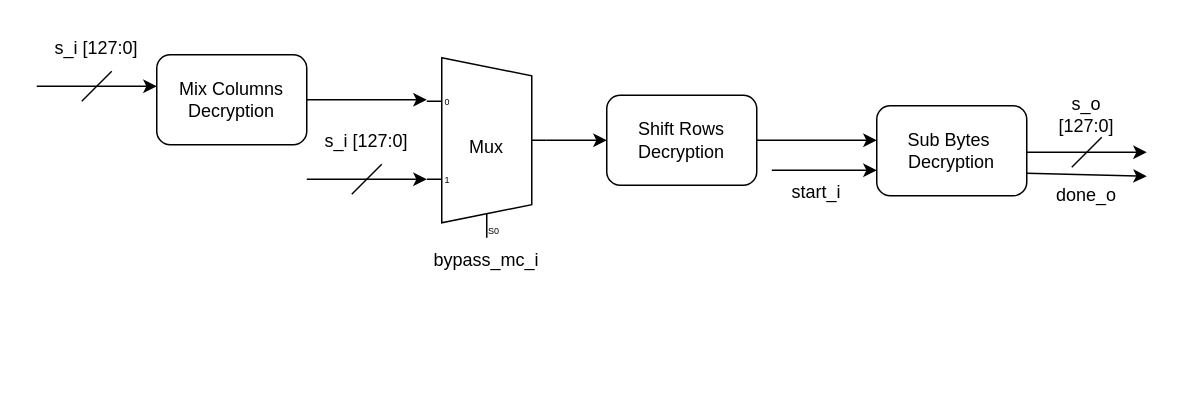
Earlier version of the draw.io diagram page "Inverse Round TF" (7 of 10) of HEA/screenshots/diagrams_draft.drawio (giladnavok/rveeac). Source tidied: cells renumbered, new cells numbered last; positions are measured from the earlier drawing's top-left corner, leaving out a move shared by most shapes. Both pictures are drawn from the tidied source at 150%, with x=0, y=0 at pixel (36, 26).
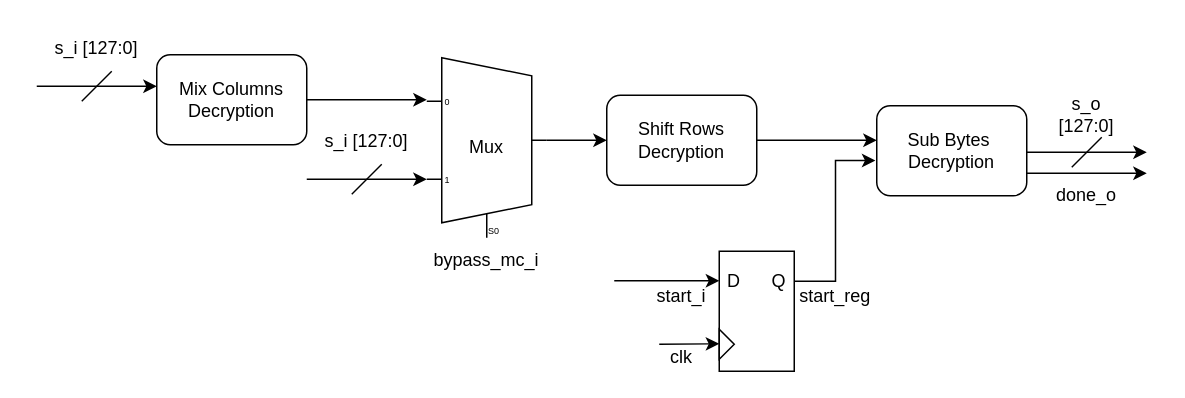
The same diagram, later.

Unchanged cells that the change refers to:
```xml
<mxCell id="8" value="Sub Bytes&amp;nbsp;&lt;div&gt;Decryption&lt;/div&gt;" style="rounded=1;whiteSpace=wrap;html=1;" parent="1" vertex="1">
  <mxGeometry x="560" y="53" width="100" height="60" as="geometry" />
</mxCell>
```

Change to the diagram source:
```diff
@@
     <mxCell id="13" style="endArrow=classic;html=1;rounded=0;" parent="1" edge="1">
       <mxGeometry relative="1" as="geometry">
-        <mxPoint x="490" y="96" as="sourcePoint" />
-        <mxPoint x="560" y="96" as="targetPoint" />
+        <mxPoint x="385" y="169.7" as="sourcePoint" />
+        <mxPoint x="455" y="169.7" as="targetPoint" />
       </mxGeometry>
     </mxCell>
     <mxCell id="14" value="start_i" style="text;html=1;align=center;verticalAlign=middle;whiteSpace=wrap;rounded=0;" parent="1" vertex="1">
-      <mxGeometry x="500" y="106" width="40" height="10" as="geometry" />
+      <mxGeometry x="410" y="175" width="40" height="10" as="geometry" />
     </mxCell>
@@
     <mxCell id="21" style="endArrow=classic;html=1;rounded=0;exitX=1;exitY=0.75;exitDx=0;exitDy=0;" parent="1" edge="1" source="8">
       <mxGeometry relative="1" as="geometry">
-        <mxPoint x="740" y="100" as="targetPoint" />
+        <mxPoint x="740" y="98" as="targetPoint" />
       </mxGeometry>
     </mxCell>
@@
+    <mxCell id="23" style="rounded=0;whiteSpace=wrap;html=1;" parent="1" vertex="1">
+      <mxGeometry x="455" y="150" width="50" height="80" as="geometry" />
+    </mxCell>
+    <mxCell id="24" value="D" style="text;html=1;align=center;verticalAlign=middle;whiteSpace=wrap;rounded=0;" parent="1" vertex="1">
+      <mxGeometry x="455" y="160" width="20" height="20" as="geometry" />
+    </mxCell>
+    <mxCell id="25" style="edgeStyle=orthogonalEdgeStyle;rounded=0;jettySize=auto;html=1;exitX=1;exitY=0.5;exitDx=0;exitDy=0;entryX=-0.009;entryY=0.608;entryDx=0;entryDy=0;entryPerimeter=0;" parent="1" edge="1" source="26" target="8">
+      <mxGeometry relative="1" as="geometry" />
+    </mxCell>
+    <mxCell id="26" value="Q" style="text;html=1;align=center;verticalAlign=middle;whiteSpace=wrap;rounded=0;" parent="1" vertex="1">
+      <mxGeometry x="485" y="160" width="20" height="20" as="geometry" />
+    </mxCell>
+    <mxCell id="27" value="start_reg" style="text;html=1;align=center;verticalAlign=middle;whiteSpace=wrap;rounded=0;" parent="1" vertex="1">
+      <mxGeometry x="505" y="170" width="55" height="20" as="geometry" />
+    </mxCell>
+    <mxCell id="28" style="triangle;whiteSpace=wrap;html=1;" parent="1" vertex="1">
+      <mxGeometry x="455" y="202" width="10" height="20" as="geometry" />
+    </mxCell>
+    <mxCell id="29" style="endArrow=classic;html=1;rounded=0;entryX=-0.2;entryY=0.483;entryDx=0;entryDy=0;entryPerimeter=0;" parent="1" edge="1">
+      <mxGeometry relative="1" as="geometry">
+        <mxPoint x="415" y="212" as="sourcePoint" />
+        <mxPoint x="455" y="211.7" as="targetPoint" />
+      </mxGeometry>
+    </mxCell>
+    <mxCell id="30" value="clk" style="text;html=1;align=center;verticalAlign=middle;whiteSpace=wrap;rounded=0;" parent="1" vertex="1">
+      <mxGeometry x="415" y="212" width="30" height="18" as="geometry" />
+    </mxCell>
```
